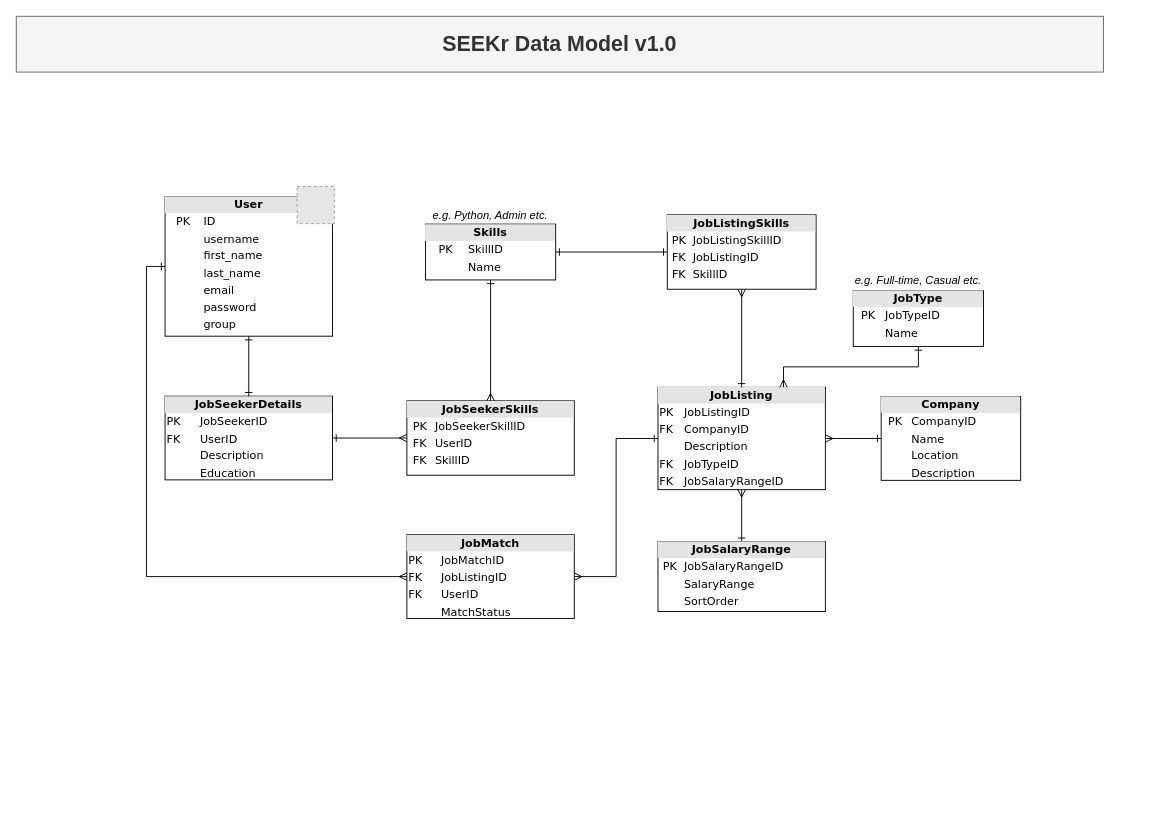
Before: docs/SEEKr_DataModel.drawio in shravanjeevan/SEEKr, a draw.io diagram. Source tidied: cells renumbered, new cells numbered last; positions are measured from the earlier drawing's top-left corner, leaving out a move shared by most shapes. Both pictures are drawn from the tidied source at 93%, with x=0, y=0 at pixel (16, 16). Pictures stored in the file or linked from it are replaced by grey dashed boxes.
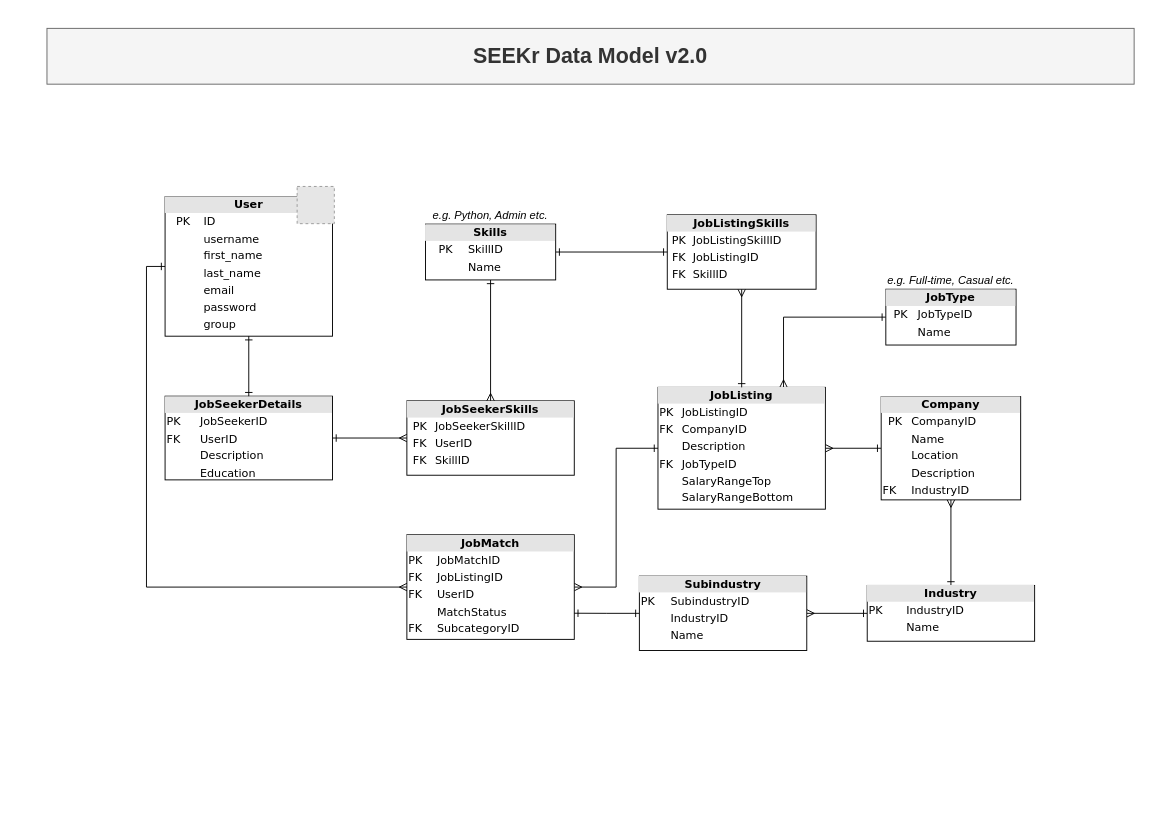
After the change.

Commit message:
CSA-72: Updated data model file in docs

The edit, as a diff of the source:
```diff
@@
+    <mxCell id="10" style="edgeStyle=orthogonalEdgeStyle;rounded=0;jettySize=auto;html=1;exitX=0.75;exitY=0;exitDx=0;exitDy=0;entryX=0;entryY=0.5;entryDx=0;entryDy=0;startArrow=ERmany;startFill=0;endArrow=ERone;endFill=0;" parent="1" edge="1" source="3" target="18">
+      <mxGeometry relative="1" as="geometry" />
+    </mxCell>
-    <mxCell id="3" value="&lt;div style=&quot;text-align: center ; box-sizing: border-box ; width: 100% ; background: rgb(228 , 228 , 228) ; padding: 2px&quot;&gt;&lt;b&gt;JobListing&lt;/b&gt;&lt;/div&gt;&lt;table style=&quot;width: 100% ; font-size: 1em&quot; cellpadding=&quot;2&quot; cellspacing=&quot;0&quot;&gt;&lt;tbody&gt;&lt;tr&gt;&lt;td&gt;PK&lt;/td&gt;&lt;td&gt;JobListingID&lt;/td&gt;&lt;/tr&gt;&lt;tr&gt;&lt;td&gt;FK&lt;/td&gt;&lt;td&gt;CompanyID&lt;/td&gt;&lt;/tr&gt;&lt;tr&gt;&lt;td&gt;&lt;/td&gt;&lt;td&gt;Description&lt;/td&gt;&lt;/tr&gt;&lt;tr&gt;&lt;td&gt;FK&lt;/td&gt;&lt;td&gt;JobTypeID&lt;/td&gt;&lt;/tr&gt;&lt;tr&gt;&lt;td&gt;FK&lt;/td&gt;&lt;td&gt;JobSalaryRangeID&lt;/td&gt;&lt;/tr&gt;&lt;tr&gt;&lt;td&gt;&lt;br&gt;&lt;/td&gt;&lt;td&gt;&lt;br&gt;&lt;/td&gt;&lt;/tr&gt;&lt;/tbody&gt;&lt;/table&gt;" style="verticalAlign=top;align=left;overflow=fill;html=1;rounded=0;shadow=0;comic=0;labelBackgroundColor=none;strokeWidth=1;fontFamily=Verdana;fontSize=12;" parent="1" vertex="1">
-      <mxGeometry x="690" y="399" width="180" height="110" as="geometry" />
+    <mxCell id="3" value="&lt;div style=&quot;text-align: center ; box-sizing: border-box ; width: 100% ; background: rgb(228 , 228 , 228) ; padding: 2px&quot;&gt;&lt;b&gt;JobListing&lt;/b&gt;&lt;/div&gt;&lt;table style=&quot;width: 100% ; font-size: 1em&quot; cellpadding=&quot;2&quot; cellspacing=&quot;0&quot;&gt;&lt;tbody&gt;&lt;tr&gt;&lt;td&gt;PK&lt;/td&gt;&lt;td&gt;JobListingID&lt;/td&gt;&lt;/tr&gt;&lt;tr&gt;&lt;td&gt;FK&lt;/td&gt;&lt;td&gt;CompanyID&lt;/td&gt;&lt;/tr&gt;&lt;tr&gt;&lt;td&gt;&lt;/td&gt;&lt;td&gt;Description&lt;/td&gt;&lt;/tr&gt;&lt;tr&gt;&lt;td&gt;FK&lt;/td&gt;&lt;td&gt;JobTypeID&lt;/td&gt;&lt;/tr&gt;&lt;tr&gt;&lt;td&gt;&lt;br&gt;&lt;/td&gt;&lt;td&gt;SalaryRangeTop&lt;/td&gt;&lt;/tr&gt;&lt;tr&gt;&lt;td&gt;&lt;br&gt;&lt;/td&gt;&lt;td&gt;SalaryRangeBottom&lt;br&gt;&lt;/td&gt;&lt;/tr&gt;&lt;tr&gt;&lt;td&gt;&lt;br&gt;&lt;/td&gt;&lt;td&gt;&lt;br&gt;&lt;/td&gt;&lt;/tr&gt;&lt;/tbody&gt;&lt;/table&gt;" style="verticalAlign=top;align=left;overflow=fill;html=1;rounded=0;shadow=0;comic=0;labelBackgroundColor=none;strokeWidth=1;fontFamily=Verdana;fontSize=12;" parent="1" vertex="1">
+      <mxGeometry x="690" y="399" width="180" height="131" as="geometry" />
     </mxCell>
@@
-    <mxCell id="6" value="&lt;div style=&quot;text-align: center ; box-sizing: border-box ; width: 100% ; background: rgb(228 , 228 , 228) ; padding: 2px&quot;&gt;&lt;b&gt;Company&lt;/b&gt;&lt;/div&gt;&lt;table style=&quot;width: 100% ; font-size: 1em&quot; cellpadding=&quot;2&quot; cellspacing=&quot;0&quot;&gt;&lt;tbody&gt;&lt;tr&gt;&lt;td style=&quot;text-align: center&quot;&gt;PK&lt;/td&gt;&lt;td&gt;CompanyID&lt;/td&gt;&lt;/tr&gt;&lt;tr&gt;&lt;td&gt;&lt;br&gt;&lt;/td&gt;&lt;td&gt;Name&lt;/td&gt;&lt;/tr&gt;&lt;tr&gt;&lt;td&gt;&lt;/td&gt;&lt;td&gt;Location&lt;/td&gt;&lt;/tr&gt;&lt;tr&gt;&lt;td&gt;&lt;br&gt;&lt;/td&gt;&lt;td&gt;Description&lt;/td&gt;&lt;/tr&gt;&lt;/tbody&gt;&lt;/table&gt;" style="verticalAlign=top;align=left;overflow=fill;html=1;rounded=0;shadow=0;comic=0;labelBackgroundColor=none;strokeWidth=1;fontFamily=Verdana;fontSize=12;" parent="1" vertex="1">
-      <mxGeometry x="930" y="409" width="150" height="90" as="geometry" />
+    <mxCell id="6" value="&lt;div style=&quot;text-align: center ; box-sizing: border-box ; width: 100% ; background: rgb(228 , 228 , 228) ; padding: 2px&quot;&gt;&lt;b&gt;Company&lt;/b&gt;&lt;/div&gt;&lt;table style=&quot;width: 100% ; font-size: 1em&quot; cellpadding=&quot;2&quot; cellspacing=&quot;0&quot;&gt;&lt;tbody&gt;&lt;tr&gt;&lt;td style=&quot;text-align: center&quot;&gt;PK&lt;/td&gt;&lt;td&gt;CompanyID&lt;/td&gt;&lt;/tr&gt;&lt;tr&gt;&lt;td&gt;&lt;br&gt;&lt;/td&gt;&lt;td&gt;Name&lt;/td&gt;&lt;/tr&gt;&lt;tr&gt;&lt;td&gt;&lt;/td&gt;&lt;td&gt;Location&lt;/td&gt;&lt;/tr&gt;&lt;tr&gt;&lt;td&gt;&lt;br&gt;&lt;/td&gt;&lt;td&gt;Description&lt;/td&gt;&lt;/tr&gt;&lt;tr&gt;&lt;td&gt;FK&lt;/td&gt;&lt;td&gt;IndustryID&lt;/td&gt;&lt;/tr&gt;&lt;/tbody&gt;&lt;/table&gt;" style="verticalAlign=top;align=left;overflow=fill;html=1;rounded=0;shadow=0;comic=0;labelBackgroundColor=none;strokeWidth=1;fontFamily=Verdana;fontSize=12;" parent="1" vertex="1">
+      <mxGeometry x="930" y="409" width="150" height="111" as="geometry" />
     </mxCell>
@@
-    <mxCell id="8" style="edgeStyle=orthogonalEdgeStyle;rounded=0;jettySize=auto;html=1;exitX=0.5;exitY=0;exitDx=0;exitDy=0;startArrow=ERone;startFill=0;endArrow=ERmany;endFill=0;" parent="1" edge="1" source="9" target="3">
-      <mxGeometry relative="1" as="geometry" />
-    </mxCell>
-    <mxCell id="9" value="&lt;div style=&quot;text-align: center ; box-sizing: border-box ; width: 100% ; background: rgb(228 , 228 , 228) ; padding: 2px&quot;&gt;&lt;b&gt;JobSalaryRange&lt;/b&gt;&lt;/div&gt;&lt;table style=&quot;width: 100% ; font-size: 1em&quot; cellpadding=&quot;2&quot; cellspacing=&quot;0&quot;&gt;&lt;tbody&gt;&lt;tr&gt;&lt;td style=&quot;text-align: center&quot;&gt;PK&lt;/td&gt;&lt;td&gt;JobSalaryRangeID&lt;/td&gt;&lt;/tr&gt;&lt;tr&gt;&lt;td&gt;&lt;br&gt;&lt;/td&gt;&lt;td&gt;SalaryRange&lt;/td&gt;&lt;/tr&gt;&lt;tr&gt;&lt;td&gt;&lt;/td&gt;&lt;td&gt;SortOrder&lt;/td&gt;&lt;/tr&gt;&lt;/tbody&gt;&lt;/table&gt;" style="verticalAlign=top;align=left;overflow=fill;html=1;rounded=0;shadow=0;comic=0;labelBackgroundColor=none;strokeWidth=1;fontFamily=Verdana;fontSize=12;" parent="1" vertex="1">
-      <mxGeometry x="690" y="565" width="180" height="75" as="geometry" />
-    </mxCell>
-    <mxCell id="10" style="edgeStyle=orthogonalEdgeStyle;rounded=0;jettySize=auto;html=1;exitX=0.75;exitY=0;exitDx=0;exitDy=0;startArrow=ERmany;startFill=0;endArrow=ERone;endFill=0;" parent="1" edge="1" source="3" target="18">
-      <mxGeometry relative="1" as="geometry" />
-    </mxCell>
@@
     <mxCell id="18" value="&lt;div style=&quot;text-align: center ; box-sizing: border-box ; width: 100% ; background: rgb(228 , 228 , 228) ; padding: 2px&quot;&gt;&lt;b&gt;JobType&lt;/b&gt;&lt;/div&gt;&lt;table style=&quot;width: 100% ; font-size: 1em&quot; cellpadding=&quot;2&quot; cellspacing=&quot;0&quot;&gt;&lt;tbody&gt;&lt;tr&gt;&lt;td style=&quot;text-align: center&quot;&gt;PK&lt;/td&gt;&lt;td&gt;JobTypeID&lt;/td&gt;&lt;/tr&gt;&lt;tr&gt;&lt;td&gt;&lt;br&gt;&lt;/td&gt;&lt;td&gt;Name&lt;/td&gt;&lt;/tr&gt;&lt;tr&gt;&lt;td&gt;&lt;/td&gt;&lt;td&gt;&lt;br&gt;&lt;/td&gt;&lt;/tr&gt;&lt;/tbody&gt;&lt;/table&gt;" style="verticalAlign=top;align=left;overflow=fill;html=1;rounded=0;shadow=0;comic=0;labelBackgroundColor=none;strokeWidth=1;fontFamily=Verdana;fontSize=12;" parent="1" vertex="1">
-      <mxGeometry x="900" y="295" width="140" height="60" as="geometry" />
+      <mxGeometry x="935" y="293.5" width="140" height="60" as="geometry" />
     </mxCell>
     <mxCell id="19" value="&lt;i&gt;e.g. Full-time, Casual etc.&lt;/i&gt;" style="text;html=1;strokeColor=none;fillColor=none;align=center;verticalAlign=middle;whiteSpace=wrap;rounded=0;" parent="1" vertex="1">
-      <mxGeometry x="900" y="273.5" width="140" height="20" as="geometry" />
+      <mxGeometry x="935" y="273.5" width="140" height="20" as="geometry" />
     </mxCell>
@@
-    <mxCell id="24" value="&lt;div style=&quot;text-align: center ; box-sizing: border-box ; width: 100% ; background: rgb(228 , 228 , 228) ; padding: 2px&quot;&gt;&lt;b&gt;JobMatch&lt;/b&gt;&lt;/div&gt;&lt;table style=&quot;width: 100% ; font-size: 1em&quot; cellpadding=&quot;2&quot; cellspacing=&quot;0&quot;&gt;&lt;tbody&gt;&lt;tr&gt;&lt;td&gt;PK&lt;/td&gt;&lt;td&gt;JobMatchID&lt;/td&gt;&lt;/tr&gt;&lt;tr&gt;&lt;td&gt;FK&lt;/td&gt;&lt;td&gt;JobListingID&lt;/td&gt;&lt;/tr&gt;&lt;tr&gt;&lt;td&gt;FK&lt;/td&gt;&lt;td&gt;UserID&lt;/td&gt;&lt;/tr&gt;&lt;tr&gt;&lt;td&gt;&lt;br&gt;&lt;/td&gt;&lt;td&gt;MatchStatus&lt;/td&gt;&lt;/tr&gt;&lt;tr&gt;&lt;td&gt;&lt;br&gt;&lt;/td&gt;&lt;td&gt;&lt;br&gt;&lt;/td&gt;&lt;/tr&gt;&lt;/tbody&gt;&lt;/table&gt;" style="verticalAlign=top;align=left;overflow=fill;html=1;rounded=0;shadow=0;comic=0;labelBackgroundColor=none;strokeWidth=1;fontFamily=Verdana;fontSize=12;" parent="1" vertex="1">
-      <mxGeometry x="420" y="557.5" width="180" height="90" as="geometry" />
+    <mxCell id="24" value="&lt;div style=&quot;text-align: center ; box-sizing: border-box ; width: 100% ; background: rgb(228 , 228 , 228) ; padding: 2px&quot;&gt;&lt;b&gt;JobMatch&lt;/b&gt;&lt;/div&gt;&lt;table style=&quot;width: 100% ; font-size: 1em&quot; cellpadding=&quot;2&quot; cellspacing=&quot;0&quot;&gt;&lt;tbody&gt;&lt;tr&gt;&lt;td&gt;PK&lt;/td&gt;&lt;td&gt;JobMatchID&lt;/td&gt;&lt;/tr&gt;&lt;tr&gt;&lt;td&gt;FK&lt;/td&gt;&lt;td&gt;JobListingID&lt;/td&gt;&lt;/tr&gt;&lt;tr&gt;&lt;td&gt;FK&lt;/td&gt;&lt;td&gt;UserID&lt;/td&gt;&lt;/tr&gt;&lt;tr&gt;&lt;td&gt;&lt;br&gt;&lt;/td&gt;&lt;td&gt;MatchStatus&lt;/td&gt;&lt;/tr&gt;&lt;tr&gt;&lt;td&gt;FK&lt;/td&gt;&lt;td&gt;SubcategoryID&lt;/td&gt;&lt;/tr&gt;&lt;/tbody&gt;&lt;/table&gt;" style="verticalAlign=top;align=left;overflow=fill;html=1;rounded=0;shadow=0;comic=0;labelBackgroundColor=none;strokeWidth=1;fontFamily=Verdana;fontSize=12;" parent="1" vertex="1">
+      <mxGeometry x="420" y="557.5" width="180" height="112.5" as="geometry" />
     </mxCell>
@@
-    <mxCell id="26" value="&lt;b&gt;&lt;font style=&quot;font-size: 23px&quot;&gt;SEEKr Data Model v1.0&lt;/font&gt;&lt;/b&gt;" style="rounded=0;whiteSpace=wrap;html=1;fillColor=#f5f5f5;strokeColor=#666666;fontColor=#333333;" parent="1" vertex="1">
-      <mxGeometry width="1169" height="60" as="geometry" />
+    <mxCell id="26" value="&lt;b&gt;&lt;font style=&quot;font-size: 23px&quot;&gt;SEEKr Data Model v2.0&lt;/font&gt;&lt;/b&gt;" style="rounded=0;whiteSpace=wrap;html=1;fillColor=#f5f5f5;strokeColor=#666666;fontColor=#333333;" parent="1" vertex="1">
+      <mxGeometry x="33" y="13" width="1169" height="60" as="geometry" />
     </mxCell>
     <mxCell id="27" style="rounded=0;whiteSpace=wrap;html=1;fillColor=none;strokeColor=none;" parent="1" vertex="1">
-      <mxGeometry y="60" width="10" height="767" as="geometry" />
+      <mxGeometry x="33" y="73" width="10" height="767" as="geometry" />
     </mxCell>
     <mxCell id="28" style="rounded=0;whiteSpace=wrap;html=1;fillColor=none;strokeColor=none;" parent="1" vertex="1">
-      <mxGeometry x="1159" y="70" width="10" height="757" as="geometry" />
+      <mxGeometry x="1192" y="83" width="10" height="757" as="geometry" />
     </mxCell>
     <mxCell id="29" style="rounded=0;whiteSpace=wrap;html=1;fillColor=none;strokeColor=none;rotation=90;" parent="1" vertex="1">
-      <mxGeometry x="575" y="244" width="10" height="1157" as="geometry" />
+      <mxGeometry x="608" y="256" width="10" height="1157" as="geometry" />
     </mxCell>
+    <mxCell id="30" style="edgeStyle=orthogonalEdgeStyle;rounded=0;jettySize=auto;html=1;exitX=0.5;exitY=0;exitDx=0;exitDy=0;entryX=0.5;entryY=1;entryDx=0;entryDy=0;endArrow=ERmany;endFill=0;startArrow=ERone;startFill=0;" parent="1" edge="1" source="32" target="6">
+      <mxGeometry relative="1" as="geometry" />
+    </mxCell>
+    <mxCell id="31" style="edgeStyle=orthogonalEdgeStyle;rounded=0;jettySize=auto;html=1;exitX=0;exitY=0.5;exitDx=0;exitDy=0;entryX=1;entryY=0.5;entryDx=0;entryDy=0;endArrow=ERmany;endFill=0;startArrow=ERone;startFill=0;" parent="1" edge="1" source="32" target="34">
+      <mxGeometry relative="1" as="geometry" />
+    </mxCell>
+    <mxCell id="32" value="&lt;div style=&quot;text-align: center ; box-sizing: border-box ; width: 100% ; background: rgb(228 , 228 , 228) ; padding: 2px&quot;&gt;&lt;b&gt;Industry&lt;/b&gt;&lt;/div&gt;&lt;table style=&quot;width: 100% ; font-size: 1em&quot; cellpadding=&quot;2&quot; cellspacing=&quot;0&quot;&gt;&lt;tbody&gt;&lt;tr&gt;&lt;td&gt;PK&lt;/td&gt;&lt;td&gt;IndustryID&lt;/td&gt;&lt;/tr&gt;&lt;tr&gt;&lt;td&gt;&lt;br&gt;&lt;/td&gt;&lt;td&gt;Name&lt;/td&gt;&lt;/tr&gt;&lt;/tbody&gt;&lt;/table&gt;" style="verticalAlign=top;align=left;overflow=fill;html=1;rounded=0;shadow=0;comic=0;labelBackgroundColor=none;strokeWidth=1;fontFamily=Verdana;fontSize=12;" parent="1" vertex="1">
+      <mxGeometry x="915" y="612" width="180" height="60" as="geometry" />
+    </mxCell>
+    <mxCell id="33" style="edgeStyle=orthogonalEdgeStyle;rounded=0;jettySize=auto;html=1;exitX=0;exitY=0.5;exitDx=0;exitDy=0;entryX=1;entryY=0.75;entryDx=0;entryDy=0;endArrow=ERone;endFill=0;startArrow=ERone;startFill=0;" parent="1" edge="1" source="34" target="24">
+      <mxGeometry relative="1" as="geometry" />
+    </mxCell>
+    <mxCell id="34" value="&lt;div style=&quot;text-align: center ; box-sizing: border-box ; width: 100% ; background: rgb(228 , 228 , 228) ; padding: 2px&quot;&gt;&lt;b&gt;Subindustry&lt;/b&gt;&lt;/div&gt;&lt;table style=&quot;width: 100% ; font-size: 1em&quot; cellpadding=&quot;2&quot; cellspacing=&quot;0&quot;&gt;&lt;tbody&gt;&lt;tr&gt;&lt;td&gt;PK&lt;/td&gt;&lt;td&gt;SubindustryID&lt;/td&gt;&lt;/tr&gt;&lt;tr&gt;&lt;td&gt;&lt;br&gt;&lt;/td&gt;&lt;td&gt;IndustryID&lt;/td&gt;&lt;/tr&gt;&lt;tr&gt;&lt;td&gt;&lt;/td&gt;&lt;td&gt;Name&lt;/td&gt;&lt;/tr&gt;&lt;/tbody&gt;&lt;/table&gt;" style="verticalAlign=top;align=left;overflow=fill;html=1;rounded=0;shadow=0;comic=0;labelBackgroundColor=none;strokeWidth=1;fontFamily=Verdana;fontSize=12;" parent="1" vertex="1">
+      <mxGeometry x="670" y="602" width="180" height="80" as="geometry" />
+    </mxCell>
```
